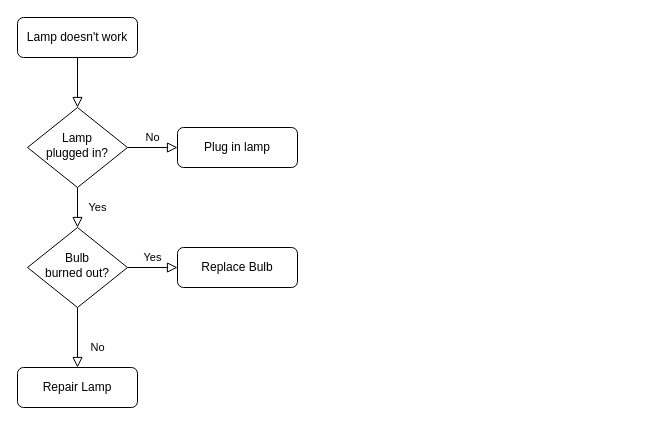
Earlier version of the draw.io diagram 未命名绘图.drawio (miqi1992/drawio). Source tidied: cells renumbered, new cells numbered last; positions are measured from the earlier drawing's top-left corner, leaving out a move shared by most shapes. Both pictures are drawn from the tidied source at 100%, with x=0, y=0 at pixel (17, 17).
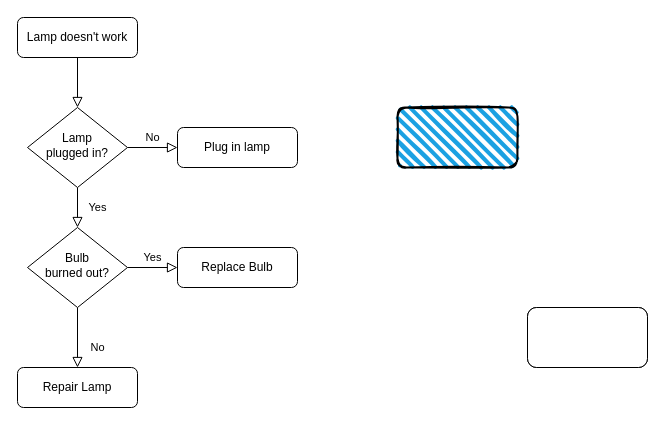
After the change.

What changed in the source:
```diff
@@
 <mxGraphModel>
   <root>
     <mxCell id="0" />
     <mxCell id="1" parent="0" />
     <mxCell id="2" style="rounded=0;html=1;jettySize=auto;fontSize=11;endArrow=block;endFill=0;endSize=8;strokeWidth=1;shadow=0;labelBackgroundColor=none;edgeStyle=orthogonalEdgeStyle;" parent="1" edge="1" source="3" target="6">
       <mxGeometry relative="1" as="geometry" />
     </mxCell>
     <mxCell id="3" value="Lamp doesn't work" style="rounded=1;whiteSpace=wrap;html=1;fontSize=12;glass=0;strokeWidth=1;shadow=0;" parent="1" vertex="1">
       <mxGeometry width="120" height="40" as="geometry" />
     </mxCell>
     <mxCell id="4" value="Yes" style="rounded=0;html=1;jettySize=auto;fontSize=11;endArrow=block;endFill=0;endSize=8;strokeWidth=1;shadow=0;labelBackgroundColor=none;edgeStyle=orthogonalEdgeStyle;" parent="1" edge="1" source="6" target="10">
       <mxGeometry y="20" relative="1" as="geometry" />
     </mxCell>
     <mxCell id="5" value="No" style="edgeStyle=orthogonalEdgeStyle;rounded=0;html=1;jettySize=auto;fontSize=11;endArrow=block;endFill=0;endSize=8;strokeWidth=1;shadow=0;labelBackgroundColor=none;" parent="1" edge="1" source="6" target="7">
       <mxGeometry y="10" relative="1" as="geometry" />
     </mxCell>
     <mxCell id="6" value="Lamp&lt;br&gt;plugged in?" style="rhombus;whiteSpace=wrap;html=1;shadow=0;fontFamily=Helvetica;fontSize=12;align=center;strokeWidth=1;spacing=6;spacingTop=-4;" parent="1" vertex="1">
       <mxGeometry x="10" y="90" width="100" height="80" as="geometry" />
     </mxCell>
     <mxCell id="7" value="Plug in lamp" style="rounded=1;whiteSpace=wrap;html=1;fontSize=12;glass=0;strokeWidth=1;shadow=0;" parent="1" vertex="1">
       <mxGeometry x="160" y="110" width="120" height="40" as="geometry" />
     </mxCell>
     <mxCell id="8" value="No" style="rounded=0;html=1;jettySize=auto;fontSize=11;endArrow=block;endFill=0;endSize=8;strokeWidth=1;shadow=0;labelBackgroundColor=none;edgeStyle=orthogonalEdgeStyle;" parent="1" edge="1" source="10" target="11">
       <mxGeometry x="0.33" y="20" relative="1" as="geometry" />
     </mxCell>
     <mxCell id="9" value="Yes" style="edgeStyle=orthogonalEdgeStyle;rounded=0;html=1;jettySize=auto;fontSize=11;endArrow=block;endFill=0;endSize=8;strokeWidth=1;shadow=0;labelBackgroundColor=none;" parent="1" edge="1" source="10" target="12">
       <mxGeometry y="10" relative="1" as="geometry" />
     </mxCell>
     <mxCell id="10" value="Bulb&lt;br&gt;burned out?" style="rhombus;whiteSpace=wrap;html=1;shadow=0;fontFamily=Helvetica;fontSize=12;align=center;strokeWidth=1;spacing=6;spacingTop=-4;" parent="1" vertex="1">
       <mxGeometry x="10" y="210" width="100" height="80" as="geometry" />
     </mxCell>
     <mxCell id="11" value="Repair Lamp" style="rounded=1;whiteSpace=wrap;html=1;fontSize=12;glass=0;strokeWidth=1;shadow=0;" parent="1" vertex="1">
       <mxGeometry y="350" width="120" height="40" as="geometry" />
     </mxCell>
     <mxCell id="12" value="Replace Bulb" style="rounded=1;whiteSpace=wrap;html=1;fontSize=12;glass=0;strokeWidth=1;shadow=0;" parent="1" vertex="1">
       <mxGeometry x="160" y="230" width="120" height="40" as="geometry" />
     </mxCell>
+    <mxCell id="13" style="rounded=1;whiteSpace=wrap;html=1;" parent="1" vertex="1">
+      <mxGeometry x="510" y="290" width="120" height="60" as="geometry" />
+    </mxCell>
+    <mxCell id="14" style="rounded=1;whiteSpace=wrap;html=1;" parent="1" vertex="1">
+      <mxGeometry x="510" y="290" width="120" height="60" as="geometry" />
+    </mxCell>
+    <mxCell id="15" style="rounded=1;whiteSpace=wrap;html=1;strokeWidth=2;fillWeight=4;hachureGap=8;hachureAngle=45;fillColor=#1ba1e2;sketch=1;" parent="1" vertex="1">
+      <mxGeometry x="380" y="90" width="120" height="60" as="geometry" />
+    </mxCell>
   </root>
 </mxGraphModel>
```
